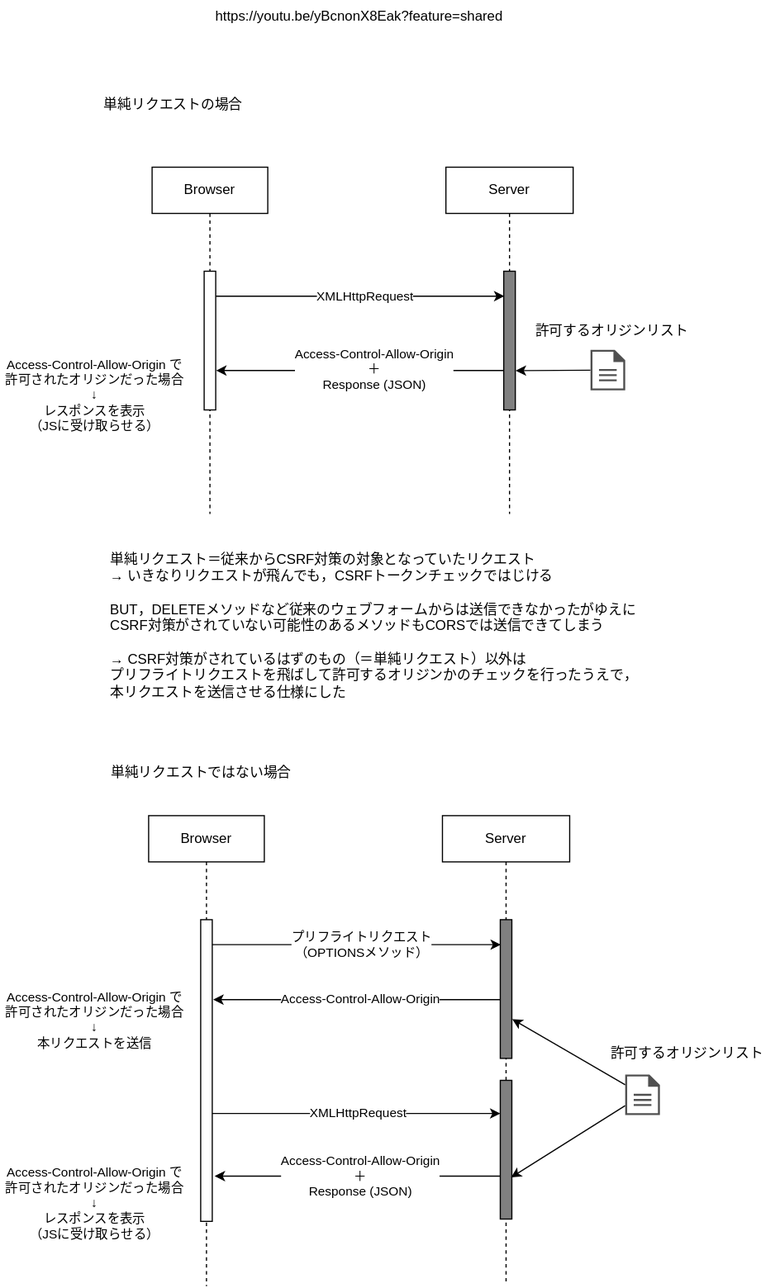
SOUSUKEKUROSAWA/drawio keeps this draw.io diagram as cors.drawio.svg. Above is the earlier version. Source tidied: cells renumbered, new cells last; positions are measured from the earlier drawing's top-left corner, leaving out a move shared by most shapes. Source of this version:
```xml
<mxGraphModel>
  <root>
    <mxCell id="0" />
    <mxCell id="1" parent="0" />
    <mxCell id="2" value="Server" style="shape=umlLifeline;perimeter=lifelinePerimeter;whiteSpace=wrap;html=1;" parent="1" vertex="1">
      <mxGeometry x="385" y="144" width="110" height="300" as="geometry" />
    </mxCell>
    <mxCell id="3" style="html=1;points=[];perimeter=orthogonalPerimeter;fillColor=#808080;" parent="2" vertex="1">
      <mxGeometry x="50" y="90" width="10" height="120" as="geometry" />
    </mxCell>
    <mxCell id="4" value="Browser" style="shape=umlLifeline;perimeter=lifelinePerimeter;whiteSpace=wrap;html=1;" parent="1" vertex="1">
      <mxGeometry x="131" y="144" width="100" height="300" as="geometry" />
    </mxCell>
    <mxCell id="5" style="html=1;points=[];perimeter=orthogonalPerimeter;" parent="4" vertex="1">
      <mxGeometry x="45" y="90" width="10" height="120" as="geometry" />
    </mxCell>
    <mxCell id="6" value="単純リクエストの場合" style="text;html=1;align=center;verticalAlign=middle;strokeColor=none;fillColor=none;" parent="1" vertex="1">
      <mxGeometry x="80" y="77" width="138" height="26" as="geometry" />
    </mxCell>
    <mxCell id="7" style="edgeStyle=none;html=1;entryX=0.057;entryY=0.18;entryDx=0;entryDy=0;entryPerimeter=0;" parent="1" edge="1" source="5" target="3">
      <mxGeometry relative="1" as="geometry" />
    </mxCell>
    <mxCell id="8" value="XMLHttpRequest" style="edgeLabel;html=1;align=center;verticalAlign=middle;" parent="7" vertex="1">
      <mxGeometry x="-0.11" relative="1" as="geometry">
        <mxPoint x="17" as="offset" />
      </mxGeometry>
    </mxCell>
    <mxCell id="9" style="edgeStyle=none;html=1;entryX=1.035;entryY=0.716;entryDx=0;entryDy=0;entryPerimeter=0;" parent="1" edge="1" source="3" target="5">
      <mxGeometry relative="1" as="geometry" />
    </mxCell>
    <mxCell id="10" value="Access-Control-Allow-Origin&lt;br&gt;＋&lt;br&gt;Response (JSON)" style="edgeLabel;html=1;align=center;verticalAlign=middle;" parent="9" vertex="1">
      <mxGeometry x="-0.09" y="-1" relative="1" as="geometry" />
    </mxCell>
    <mxCell id="11" value="https://youtu.be/yBcnonX8Eak?feature=shared" style="text;whiteSpace=wrap;html=1;" parent="1" vertex="1">
      <mxGeometry x="184" width="277" height="36" as="geometry" />
    </mxCell>
    <mxCell id="12" value="許可するオリジンリスト" style="text;html=1;align=center;verticalAlign=middle;strokeColor=none;fillColor=none;" parent="1" vertex="1">
      <mxGeometry x="453" y="273" width="150" height="26" as="geometry" />
    </mxCell>
    <mxCell id="13" style="edgeStyle=none;html=1;entryX=1.03;entryY=0.717;entryDx=0;entryDy=0;entryPerimeter=0;" parent="1" edge="1" source="14" target="3">
      <mxGeometry relative="1" as="geometry" />
    </mxCell>
    <mxCell id="14" style="sketch=0;shadow=0;dashed=0;html=1;strokeColor=none;fillColor=#505050;labelPosition=center;verticalLabelPosition=bottom;verticalAlign=top;outlineConnect=0;align=center;shape=mxgraph.office.concepts.document;" parent="1" vertex="1">
      <mxGeometry x="510" y="302" width="30" height="35" as="geometry" />
    </mxCell>
    <mxCell id="15" value="&lt;span style=&quot;color: rgb(0, 0, 0); font-family: Helvetica; font-size: 11px; font-style: normal; font-variant-ligatures: normal; font-variant-caps: normal; font-weight: 400; letter-spacing: normal; orphans: 2; text-indent: 0px; text-transform: none; widows: 2; word-spacing: 0px; -webkit-text-stroke-width: 0px; background-color: rgb(255, 255, 255); text-decoration-thickness: initial; text-decoration-style: initial; text-decoration-color: initial; float: none; display: inline !important;&quot;&gt;&lt;div style=&quot;text-align: center;&quot;&gt;Access-Control-Allow-Origin で許可されたオリジンだった場合&lt;/div&gt;&lt;div style=&quot;text-align: center;&quot;&gt;↓&lt;/div&gt;&lt;div style=&quot;text-align: center;&quot;&gt;レスポンスを表示&lt;/div&gt;&lt;div style=&quot;text-align: center;&quot;&gt;（JSに受け取らせる）&lt;/div&gt;&lt;/span&gt;" style="text;whiteSpace=wrap;html=1;" parent="1" vertex="1">
      <mxGeometry y="302" width="161" height="84" as="geometry" />
    </mxCell>
    <mxCell id="16" value="&lt;div style=&quot;&quot;&gt;&lt;span style=&quot;background-color: initial;&quot;&gt;単純リクエスト＝従来からCSRF対策の対象となっていたリクエスト&lt;/span&gt;&lt;/div&gt;&lt;div style=&quot;&quot;&gt;&lt;span style=&quot;background-color: initial;&quot;&gt;→ いきなりリクエストが飛んでも，CSRFトークンチェックではじける&lt;/span&gt;&lt;/div&gt;&lt;div style=&quot;&quot;&gt;&lt;span style=&quot;background-color: initial;&quot;&gt;&lt;br&gt;&lt;/span&gt;&lt;/div&gt;&lt;div style=&quot;&quot;&gt;&lt;span style=&quot;background-color: initial;&quot;&gt;BUT，DELETEメソッドなど従来のウェブフォームからは送信できなかったがゆえに&lt;/span&gt;&lt;/div&gt;&lt;div style=&quot;&quot;&gt;&lt;span style=&quot;background-color: initial;&quot;&gt;CSRF対策がされていない可能性のあるメソッドもCORSでは送信できてしまう&lt;/span&gt;&lt;/div&gt;&lt;div style=&quot;&quot;&gt;&lt;span style=&quot;background-color: initial;&quot;&gt;&lt;br&gt;&lt;/span&gt;&lt;/div&gt;→ CSRF対策がされているはずのもの（＝単純リクエスト）以外は&lt;br&gt;プリフライトリクエストを飛ばして許可するオリジンかのチェックを行ったうえで，&lt;br&gt;本リクエストを送信させる仕様にした" style="text;html=1;align=left;verticalAlign=middle;strokeColor=none;fillColor=none;" parent="1" vertex="1">
      <mxGeometry x="93" y="470" width="474" height="142" as="geometry" />
    </mxCell>
    <mxCell id="17" value="Server" style="shape=umlLifeline;perimeter=lifelinePerimeter;whiteSpace=wrap;html=1;" parent="1" vertex="1">
      <mxGeometry x="382" y="705" width="110" height="405" as="geometry" />
    </mxCell>
    <mxCell id="18" style="html=1;points=[];perimeter=orthogonalPerimeter;fillColor=#808080;" parent="17" vertex="1">
      <mxGeometry x="50" y="90" width="10" height="120" as="geometry" />
    </mxCell>
    <mxCell id="19" style="html=1;points=[];perimeter=orthogonalPerimeter;fillColor=#808080;" parent="17" vertex="1">
      <mxGeometry x="50" y="229" width="10" height="120" as="geometry" />
    </mxCell>
    <mxCell id="20" value="Browser" style="shape=umlLifeline;perimeter=lifelinePerimeter;whiteSpace=wrap;html=1;" parent="1" vertex="1">
      <mxGeometry x="128" y="705" width="100" height="407" as="geometry" />
    </mxCell>
    <mxCell id="21" style="html=1;points=[];perimeter=orthogonalPerimeter;" parent="20" vertex="1">
      <mxGeometry x="45" y="90" width="10" height="261" as="geometry" />
    </mxCell>
    <mxCell id="22" style="edgeStyle=none;html=1;entryX=0.057;entryY=0.18;entryDx=0;entryDy=0;entryPerimeter=0;" parent="1" edge="1" source="21" target="18">
      <mxGeometry relative="1" as="geometry" />
    </mxCell>
    <mxCell id="23" value="プリフライトリクエスト&lt;br&gt;（OPTIONSメソッド）" style="edgeLabel;html=1;align=center;verticalAlign=middle;" parent="22" vertex="1">
      <mxGeometry x="-0.11" relative="1" as="geometry">
        <mxPoint x="17" as="offset" />
      </mxGeometry>
    </mxCell>
    <mxCell id="24" style="edgeStyle=none;html=1;entryX=1.085;entryY=0.265;entryDx=0;entryDy=0;entryPerimeter=0;" parent="1" edge="1" source="18" target="21">
      <mxGeometry relative="1" as="geometry" />
    </mxCell>
    <mxCell id="25" value="Access-Control-Allow-Origin" style="edgeLabel;html=1;align=center;verticalAlign=middle;" parent="24" vertex="1">
      <mxGeometry x="-0.09" y="-1" relative="1" as="geometry">
        <mxPoint x="-9" as="offset" />
      </mxGeometry>
    </mxCell>
    <mxCell id="26" value="許可するオリジンリスト" style="text;html=1;align=center;verticalAlign=middle;strokeColor=none;fillColor=none;" parent="1" vertex="1">
      <mxGeometry x="518" y="898" width="150" height="26" as="geometry" />
    </mxCell>
    <mxCell id="27" style="edgeStyle=none;html=1;entryX=1.03;entryY=0.717;entryDx=0;entryDy=0;entryPerimeter=0;" parent="1" edge="1" source="29" target="18">
      <mxGeometry relative="1" as="geometry" />
    </mxCell>
    <mxCell id="28" style="edgeStyle=none;html=1;entryX=0.926;entryY=0.7;entryDx=0;entryDy=0;entryPerimeter=0;" parent="1" edge="1" source="29" target="19">
      <mxGeometry relative="1" as="geometry" />
    </mxCell>
    <mxCell id="29" style="sketch=0;shadow=0;dashed=0;html=1;strokeColor=none;fillColor=#505050;labelPosition=center;verticalLabelPosition=bottom;verticalAlign=top;outlineConnect=0;align=center;shape=mxgraph.office.concepts.document;" parent="1" vertex="1">
      <mxGeometry x="540" y="929" width="30" height="35" as="geometry" />
    </mxCell>
    <mxCell id="30" value="&lt;span style=&quot;color: rgb(0, 0, 0); font-family: Helvetica; font-size: 11px; font-style: normal; font-variant-ligatures: normal; font-variant-caps: normal; font-weight: 400; letter-spacing: normal; orphans: 2; text-indent: 0px; text-transform: none; widows: 2; word-spacing: 0px; -webkit-text-stroke-width: 0px; background-color: rgb(255, 255, 255); text-decoration-thickness: initial; text-decoration-style: initial; text-decoration-color: initial; float: none; display: inline !important;&quot;&gt;&lt;div style=&quot;text-align: center;&quot;&gt;Access-Control-Allow-Origin で許可されたオリジンだった場合&lt;/div&gt;&lt;div style=&quot;text-align: center;&quot;&gt;↓&lt;/div&gt;&lt;div style=&quot;text-align: center;&quot;&gt;本リクエストを送信&lt;/div&gt;&lt;/span&gt;" style="text;whiteSpace=wrap;html=1;" parent="1" vertex="1">
      <mxGeometry y="849" width="161" height="84" as="geometry" />
    </mxCell>
    <mxCell id="31" value="単純リクエストではない場合" style="text;html=1;align=center;verticalAlign=middle;strokeColor=none;fillColor=none;" parent="1" vertex="1">
      <mxGeometry x="86" y="655" width="174" height="26" as="geometry" />
    </mxCell>
    <mxCell id="32" style="edgeStyle=none;html=1;entryX=0.014;entryY=0.239;entryDx=0;entryDy=0;entryPerimeter=0;" parent="1" edge="1" source="21" target="19">
      <mxGeometry relative="1" as="geometry" />
    </mxCell>
    <mxCell id="33" value="XMLHttpRequest" style="edgeLabel;html=1;align=center;verticalAlign=middle;" parent="32" vertex="1">
      <mxGeometry x="-0.11" y="1" relative="1" as="geometry">
        <mxPoint x="16" as="offset" />
      </mxGeometry>
    </mxCell>
    <mxCell id="34" style="edgeStyle=none;html=1;entryX=1.207;entryY=0.85;entryDx=0;entryDy=0;entryPerimeter=0;" parent="1" edge="1" source="19" target="21">
      <mxGeometry relative="1" as="geometry" />
    </mxCell>
    <mxCell id="35" value="Access-Control-Allow-Origin&lt;br style=&quot;border-color: var(--border-color);&quot;&gt;＋&lt;br style=&quot;border-color: var(--border-color);&quot;&gt;Response (JSON)" style="edgeLabel;html=1;align=center;verticalAlign=middle;" parent="34" vertex="1">
      <mxGeometry x="0.16" y="1" relative="1" as="geometry">
        <mxPoint x="22" y="-1" as="offset" />
      </mxGeometry>
    </mxCell>
    <mxCell id="36" value="&lt;span style=&quot;color: rgb(0, 0, 0); font-family: Helvetica; font-size: 11px; font-style: normal; font-variant-ligatures: normal; font-variant-caps: normal; font-weight: 400; letter-spacing: normal; orphans: 2; text-indent: 0px; text-transform: none; widows: 2; word-spacing: 0px; -webkit-text-stroke-width: 0px; background-color: rgb(255, 255, 255); text-decoration-thickness: initial; text-decoration-style: initial; text-decoration-color: initial; float: none; display: inline !important;&quot;&gt;&lt;div style=&quot;text-align: center;&quot;&gt;Access-Control-Allow-Origin で許可されたオリジンだった場合&lt;/div&gt;&lt;div style=&quot;text-align: center;&quot;&gt;↓&lt;/div&gt;&lt;div style=&quot;text-align: center;&quot;&gt;レスポンスを表示&lt;/div&gt;&lt;div style=&quot;text-align: center;&quot;&gt;（JSに受け取らせる）&lt;br&gt;&lt;/div&gt;&lt;/span&gt;" style="text;whiteSpace=wrap;html=1;" parent="1" vertex="1">
      <mxGeometry y="1001" width="161" height="84" as="geometry" />
    </mxCell>
  </root>
</mxGraphModel>
```
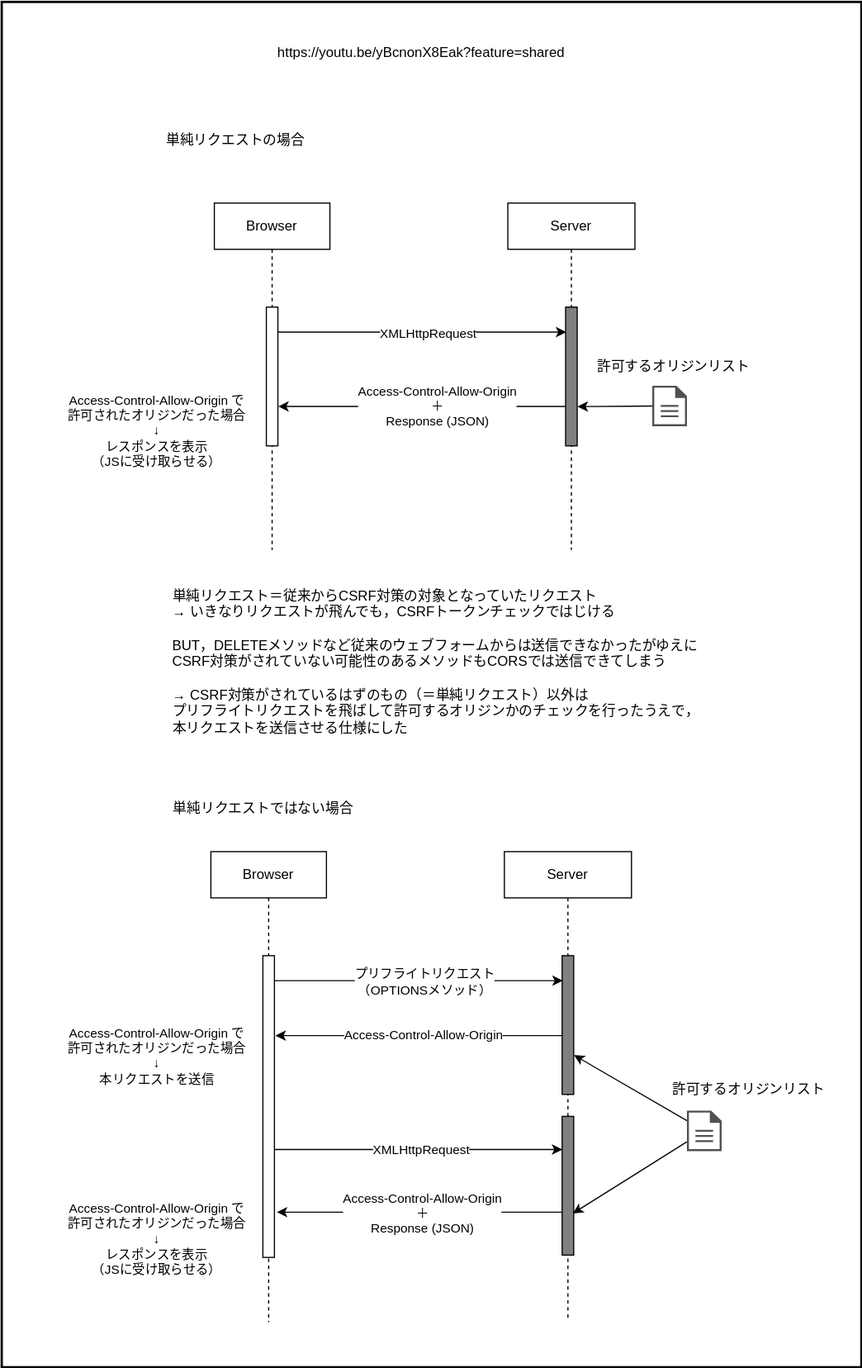
After the commit.

Diff of the diagram source:
```diff
@@ -2,6 +2,9 @@
   <root>
     <mxCell id="0" />
     <mxCell id="1" parent="0" />
+    <mxCell id="37" style="rounded=0;whiteSpace=wrap;html=1;strokeWidth=2;" parent="1" vertex="1">
+      <mxGeometry x="-53" y="-30" width="744" height="1181" as="geometry" />
+    </mxCell>
     <mxCell id="2" value="Server" style="shape=umlLifeline;perimeter=lifelinePerimeter;whiteSpace=wrap;html=1;" parent="1" vertex="1">
       <mxGeometry x="385" y="144" width="110" height="300" as="geometry" />
     </mxCell>
```
